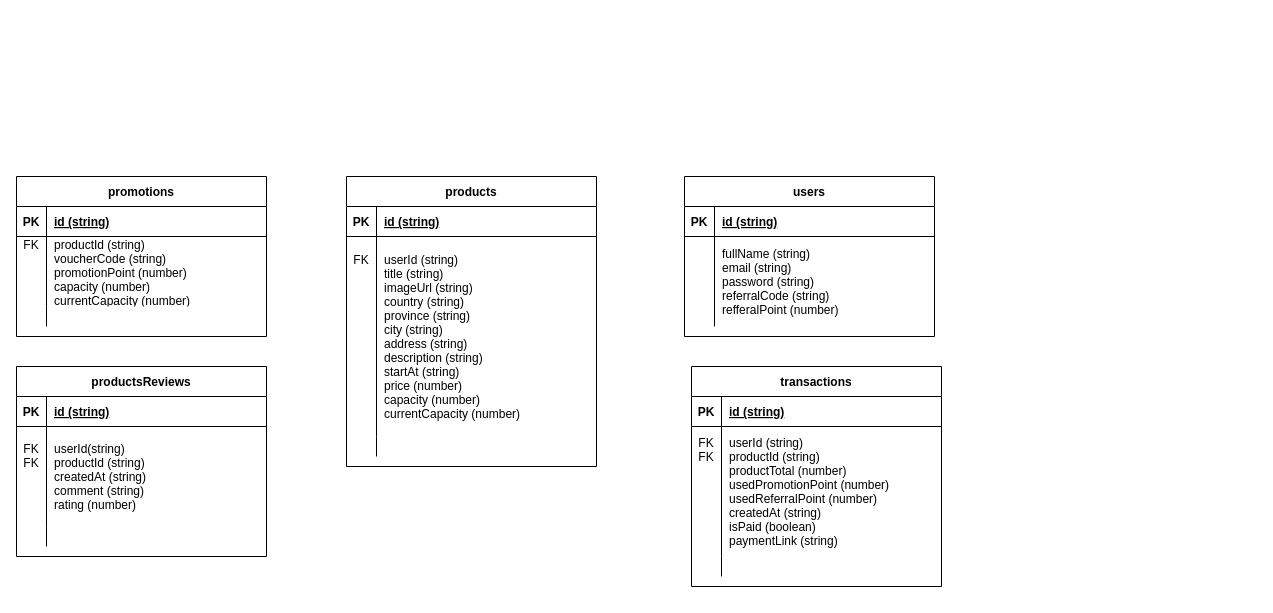
Before: src/utils/erd.drawio in panjiarlins/events-tickets-marketplace, a draw.io diagram. Source tidied: cells renumbered, new cells numbered last; positions are measured from the earlier drawing's top-left corner, leaving out a move shared by most shapes. Both pictures are drawn from the tidied source at 100%, with x=0, y=0 at pixel (16, 176).
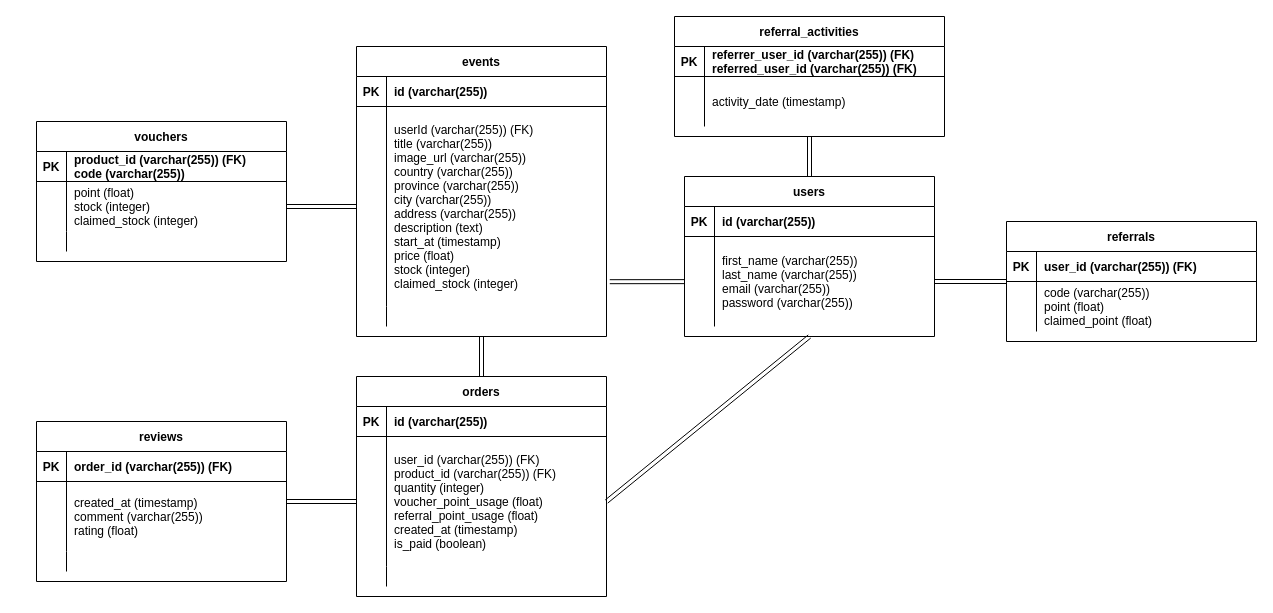
The same page after the edit.

Unchanged cells that the change refers to:
```xml
<mxCell id="3" style="shape=partialRectangle;fillColor=none;top=0;left=0;right=0;bottom=1;" parent="2" vertex="1">
  <mxGeometry y="30" width="250" height="30" as="geometry" />
</mxCell>
<mxCell id="6" style="shape=partialRectangle;fillColor=none;points=[[0,0.5],[1,0.5]];portConstraint=eastwest;top=0;left=0;right=0;bottom=0;" parent="2" vertex="1">
  <mxGeometry y="60" width="250" height="130" as="geometry" />
</mxCell>
<mxCell id="13" style="shape=partialRectangle;fillColor=none;top=0;left=0;right=0;bottom=1;" parent="12" vertex="1">
  <mxGeometry y="30" width="250" height="30" as="geometry" />
</mxCell>
<mxCell id="16" style="shape=partialRectangle;fillColor=none;points=[[0,0.5],[1,0.5]];portConstraint=eastwest;top=0;left=0;right=0;bottom=0;" parent="12" vertex="1">
  <mxGeometry y="60" width="250" height="200" as="geometry" />
</mxCell>
<mxCell id="22" value="users" style="shape=table;startSize=30;childLayout=tableLayout;rowLines=0;fontStyle=1;align=center;" parent="1" vertex="1">
  <mxGeometry x="668" width="250" height="160" as="geometry" />
</mxCell>
<mxCell id="23" style="shape=partialRectangle;fillColor=none;top=0;left=0;right=0;bottom=1;" parent="22" vertex="1">
  <mxGeometry y="30" width="250" height="30" as="geometry" />
</mxCell>
<mxCell id="26" style="shape=partialRectangle;fillColor=none;points=[[0,0.5],[1,0.5]];portConstraint=eastwest;top=0;left=0;right=0;bottom=0;" parent="22" vertex="1">
  <mxGeometry y="60" width="250" height="90" as="geometry" />
</mxCell>
<mxCell id="40" style="shape=partialRectangle;fillColor=none;top=0;left=0;right=0;bottom=1;" parent="39" vertex="1">
  <mxGeometry y="30" width="250" height="30" as="geometry" />
</mxCell>
```

What changed in the source:
```diff
@@
+    <mxCell id="49" style="edgeStyle=none;shape=link;html=1;entryX=0.5;entryY=1;entryDx=0;entryDy=0;" parent="1" edge="1" source="2" target="12">
+      <mxGeometry relative="1" as="geometry" />
+    </mxCell>
-    <mxCell id="2" value="transactions" style="shape=table;startSize=30;childLayout=tableLayout;rowLines=0;fontStyle=1;align=center;" parent="1" vertex="1">
-      <mxGeometry x="675" y="190" width="250" height="220" as="geometry" />
+    <mxCell id="2" value="orders" style="shape=table;startSize=30;childLayout=tableLayout;rowLines=0;fontStyle=1;align=center;" parent="1" vertex="1">
+      <mxGeometry x="340" y="200" width="250" height="220" as="geometry" />
     </mxCell>
@@
-    <mxCell id="5" value="id (string)" style="shape=partialRectangle;overflow=hidden;fillColor=none;top=0;left=0;bottom=0;right=0;align=left;spacingLeft=6;fontStyle=5;" parent="3" vertex="1">
+    <mxCell id="5" value="id (varchar(255))" style="shape=partialRectangle;overflow=hidden;fillColor=none;top=0;left=0;bottom=0;right=0;align=left;spacingLeft=6;fontStyle=1;" parent="3" vertex="1">
       <mxGeometry x="30" width="220" height="30" as="geometry" />
     </mxCell>
@@
-    <mxCell id="7" value="FK&#10;FK&#10;&#10;&#10;&#10;&#10;&#10;" style="shape=partialRectangle;overflow=hidden;fillColor=none;top=0;left=0;bottom=0;right=0;" parent="6" vertex="1">
+    <mxCell id="7" style="shape=partialRectangle;overflow=hidden;fillColor=none;top=0;left=0;bottom=0;right=0;" parent="6" vertex="1">
       <mxGeometry width="30" height="130" as="geometry" />
     </mxCell>
-    <mxCell id="8" value="userId (string)&#10;productId (string)&#10;productTotal (number)&#10;usedPromotionPoint (number)&#10;usedReferralPoint (number)&#10;createdAt (string)&#10;isPaid (boolean)&#10;paymentLink (string)" style="shape=partialRectangle;overflow=hidden;fillColor=none;top=0;left=0;bottom=0;right=0;align=left;spacingLeft=6;" parent="6" vertex="1">
+    <mxCell id="8" value="user_id (varchar(255)) (FK)&#10;product_id (varchar(255)) (FK)&#10;quantity (integer)&#10;voucher_point_usage (float)&#10;referral_point_usage (float)&#10;created_at (timestamp)&#10;is_paid (boolean)" style="shape=partialRectangle;overflow=hidden;fillColor=none;top=0;left=0;bottom=0;right=0;align=left;spacingLeft=6;" parent="6" vertex="1">
       <mxGeometry x="30" width="220" height="130" as="geometry" />
     </mxCell>
@@
-    <mxCell id="12" value="products" style="shape=table;startSize=30;childLayout=tableLayout;rowLines=0;fontStyle=1;align=center;" parent="1" vertex="1">
-      <mxGeometry x="330" width="250" height="290" as="geometry" />
+    <mxCell id="12" value="events" style="shape=table;startSize=30;childLayout=tableLayout;rowLines=0;fontStyle=1;align=center;" parent="1" vertex="1">
+      <mxGeometry x="340" y="-130" width="250" height="290" as="geometry" />
     </mxCell>
@@
-    <mxCell id="15" value="id (string)" style="shape=partialRectangle;overflow=hidden;fillColor=none;top=0;left=0;bottom=0;right=0;align=left;spacingLeft=6;fontStyle=5;" parent="13" vertex="1">
+    <mxCell id="15" value="id (varchar(255))" style="shape=partialRectangle;overflow=hidden;fillColor=none;top=0;left=0;bottom=0;right=0;align=left;spacingLeft=6;fontStyle=1;" parent="13" vertex="1">
       <mxGeometry x="30" width="220" height="30" as="geometry" />
     </mxCell>
@@
-    <mxCell id="17" value="FK&#10;&#10;&#10;&#10;&#10;&#10;&#10;&#10;&#10;&#10;&#10;" style="shape=partialRectangle;overflow=hidden;fillColor=none;top=0;left=0;bottom=0;right=0;" parent="16" vertex="1">
+    <mxCell id="17" style="shape=partialRectangle;overflow=hidden;fillColor=none;top=0;left=0;bottom=0;right=0;" parent="16" vertex="1">
       <mxGeometry width="30" height="200" as="geometry" />
     </mxCell>
-    <mxCell id="18" value="userId (string)&#10;title (string)&#10;imageUrl (string)&#10;country (string)&#10;province (string)&#10;city (string)&#10;address (string)&#10;description (string)&#10;startAt (string)&#10;price (number)&#10;capacity (number)&#10;currentCapacity (number)" style="shape=partialRectangle;overflow=hidden;fillColor=none;top=0;left=0;bottom=0;right=0;align=left;spacingLeft=6;" parent="16" vertex="1">
+    <mxCell id="18" value="userId (varchar(255)) (FK)&#10;title (varchar(255))&#10;image_url (varchar(255))&#10;country (varchar(255))&#10;province (varchar(255))&#10;city (varchar(255))&#10;address (varchar(255))&#10;description (text)&#10;start_at (timestamp)&#10;price (float)&#10;stock (integer)&#10;claimed_stock (integer)" style="shape=partialRectangle;overflow=hidden;fillColor=none;top=0;left=0;bottom=0;right=0;align=left;spacingLeft=6;" parent="16" vertex="1">
       <mxGeometry x="30" width="220" height="200" as="geometry" />
     </mxCell>
@@
+    <mxCell id="50" style="edgeStyle=none;shape=link;html=1;exitX=0.5;exitY=1;exitDx=0;exitDy=0;entryX=1;entryY=0.5;entryDx=0;entryDy=0;" parent="1" edge="1" source="22" target="6">
+      <mxGeometry relative="1" as="geometry" />
+    </mxCell>
@@
-    <mxCell id="25" value="id (string)" style="shape=partialRectangle;overflow=hidden;fillColor=none;top=0;left=0;bottom=0;right=0;align=left;spacingLeft=6;fontStyle=5;" parent="23" vertex="1">
+    <mxCell id="25" value="id (varchar(255))" style="shape=partialRectangle;overflow=hidden;fillColor=none;top=0;left=0;bottom=0;right=0;align=left;spacingLeft=6;fontStyle=1;" parent="23" vertex="1">
       <mxGeometry x="30" width="220" height="30" as="geometry" />
     </mxCell>
@@
-    <mxCell id="28" value="fullName (string)&#10;email (string)&#10;password (string)&#10;referralCode (string)&#10;refferalPoint (number)" style="shape=partialRectangle;overflow=hidden;fillColor=none;top=0;left=0;bottom=0;right=0;align=left;spacingLeft=6;" parent="26" vertex="1">
+    <mxCell id="28" value="first_name (varchar(255))&#10;last_name (varchar(255))&#10;email (varchar(255))&#10;password (varchar(255))" style="shape=partialRectangle;overflow=hidden;fillColor=none;top=0;left=0;bottom=0;right=0;align=left;spacingLeft=6;" parent="26" vertex="1">
       <mxGeometry x="30" width="220" height="90" as="geometry" />
     </mxCell>
-    <mxCell id="29" value="promotions" style="shape=table;startSize=30;childLayout=tableLayout;rowLines=0;fontStyle=1;align=center;" parent="1" vertex="1">
-      <mxGeometry width="250" height="160" as="geometry" />
-    </mxCell>
-    <mxCell id="30" style="shape=partialRectangle;fillColor=none;top=0;left=0;right=0;bottom=1;" parent="29" vertex="1">
-      <mxGeometry y="30" width="250" height="30" as="geometry" />
-    </mxCell>
-    <mxCell id="31" value="PK" style="shape=partialRectangle;overflow=hidden;fillColor=none;top=0;left=0;bottom=0;right=0;fontStyle=1;" parent="30" vertex="1">
-      <mxGeometry width="30" height="30" as="geometry" />
-    </mxCell>
-    <mxCell id="32" value="id (string)" style="shape=partialRectangle;overflow=hidden;fillColor=none;top=0;left=0;bottom=0;right=0;align=left;spacingLeft=6;fontStyle=5;" parent="30" vertex="1">
-      <mxGeometry x="30" width="220" height="30" as="geometry" />
-    </mxCell>
-    <mxCell id="33" style="shape=partialRectangle;fillColor=none;top=0;left=0;right=0;bottom=0;" parent="29" vertex="1">
-      <mxGeometry y="60" width="250" height="70" as="geometry" />
-    </mxCell>
-    <mxCell id="34" value="FK&#10;&#10;&#10;&#10;" style="shape=partialRectangle;overflow=hidden;fillColor=none;top=0;left=0;bottom=0;right=0;" parent="33" vertex="1">
-      <mxGeometry width="30" height="70" as="geometry" />
-    </mxCell>
-    <mxCell id="35" value="productId (string)&#10;voucherCode (string)&#10;promotionPoint (number)&#10;capacity (number)&#10;currentCapacity (number)" style="shape=partialRectangle;overflow=hidden;fillColor=none;top=0;left=0;bottom=0;right=0;align=left;spacingLeft=6;" parent="33" vertex="1">
-      <mxGeometry x="30" width="220" height="70" as="geometry" />
-    </mxCell>
-    <mxCell id="36" style="shape=partialRectangle;fillColor=none;top=0;left=0;right=0;bottom=0;" parent="29" vertex="1">
-      <mxGeometry y="130" width="250" height="20" as="geometry" />
-    </mxCell>
-    <mxCell id="37" style="shape=partialRectangle;overflow=hidden;fillColor=none;top=0;left=0;bottom=0;right=0;" parent="36" vertex="1">
-      <mxGeometry width="30" height="20" as="geometry" />
-    </mxCell>
-    <mxCell id="38" style="shape=partialRectangle;overflow=hidden;fillColor=none;top=0;left=0;bottom=0;right=0;align=left;spacingLeft=6;" parent="36" vertex="1">
-      <mxGeometry x="30" width="220" height="20" as="geometry" />
-    </mxCell>
+    <mxCell id="51" style="edgeStyle=none;shape=link;html=1;entryX=0;entryY=0.5;entryDx=0;entryDy=0;" parent="1" edge="1" source="39" target="6">
+      <mxGeometry relative="1" as="geometry" />
+    </mxCell>
-    <mxCell id="39" value="productsReviews" style="shape=table;startSize=30;childLayout=tableLayout;rowLines=0;fontStyle=1;align=center;" parent="1" vertex="1">
-      <mxGeometry y="190" width="250" height="190" as="geometry" />
+    <mxCell id="39" value="reviews" style="shape=table;startSize=30;childLayout=tableLayout;rowLines=0;fontStyle=1;align=center;" parent="1" vertex="1">
+      <mxGeometry x="20" y="245" width="250" height="160" as="geometry" />
     </mxCell>
@@
-    <mxCell id="42" value="id (string)" style="shape=partialRectangle;overflow=hidden;fillColor=none;top=0;left=0;bottom=0;right=0;align=left;spacingLeft=6;fontStyle=5;" parent="40" vertex="1">
+    <mxCell id="42" value="order_id (varchar(255)) (FK)" style="shape=partialRectangle;overflow=hidden;fillColor=none;top=0;left=0;bottom=0;right=0;align=left;spacingLeft=6;fontStyle=1;" parent="40" vertex="1">
       <mxGeometry x="30" width="220" height="30" as="geometry" />
     </mxCell>
     <mxCell id="43" style="shape=partialRectangle;fillColor=none;top=0;left=0;right=0;bottom=0;" parent="39" vertex="1">
-      <mxGeometry y="60" width="250" height="100" as="geometry" />
+      <mxGeometry y="60" width="250" height="70" as="geometry" />
     </mxCell>
-    <mxCell id="44" value="FK&#10;FK&#10;&#10;&#10;" style="shape=partialRectangle;overflow=hidden;fillColor=none;top=0;left=0;bottom=0;right=0;" parent="43" vertex="1">
-      <mxGeometry width="30" height="100" as="geometry" />
+    <mxCell id="44" style="shape=partialRectangle;overflow=hidden;fillColor=none;top=0;left=0;bottom=0;right=0;" parent="43" vertex="1">
+      <mxGeometry width="30" height="70" as="geometry" />
     </mxCell>
-    <mxCell id="45" value="userId(string)&#10;productId (string)&#10;createdAt (string)&#10;comment (string)&#10;rating (number)" style="shape=partialRectangle;overflow=hidden;fillColor=none;top=0;left=0;bottom=0;right=0;align=left;spacingLeft=6;" parent="43" vertex="1">
-      <mxGeometry x="30" width="220" height="100" as="geometry" />
+    <mxCell id="45" value="created_at (timestamp)&#10;comment (varchar(255))&#10;rating (float)" style="shape=partialRectangle;overflow=hidden;fillColor=none;top=0;left=0;bottom=0;right=0;align=left;spacingLeft=6;" parent="43" vertex="1">
+      <mxGeometry x="30" width="220" height="70" as="geometry" />
     </mxCell>
     <mxCell id="46" style="shape=partialRectangle;fillColor=none;top=0;left=0;right=0;bottom=0;" parent="39" vertex="1">
-      <mxGeometry y="160" width="250" height="20" as="geometry" />
+      <mxGeometry y="130" width="250" height="20" as="geometry" />
     </mxCell>
@@
+    <mxCell id="52" value="vouchers" style="shape=table;startSize=30;childLayout=tableLayout;rowLines=0;fontStyle=1;align=center;" parent="1" vertex="1">
+      <mxGeometry x="20" y="-55" width="250" height="140" as="geometry" />
+    </mxCell>
+    <mxCell id="53" style="shape=partialRectangle;fillColor=none;top=0;left=0;right=0;bottom=1;" parent="52" vertex="1">
+      <mxGeometry y="30" width="250" height="30" as="geometry" />
+    </mxCell>
+    <mxCell id="54" value="PK" style="shape=partialRectangle;overflow=hidden;fillColor=none;top=0;left=0;bottom=0;right=0;fontStyle=1;" parent="53" vertex="1">
+      <mxGeometry width="30" height="30" as="geometry" />
+    </mxCell>
+    <mxCell id="55" value="product_id (varchar(255)) (FK)&#10;code (varchar(255))" style="shape=partialRectangle;overflow=hidden;fillColor=none;top=0;left=0;bottom=0;right=0;align=left;spacingLeft=6;fontStyle=1;" parent="53" vertex="1">
+      <mxGeometry x="30" width="220" height="30" as="geometry" />
+    </mxCell>
+    <mxCell id="56" style="shape=partialRectangle;fillColor=none;points=[[0,0.5],[1,0.5]];portConstraint=eastwest;top=0;left=0;right=0;bottom=0;" parent="52" vertex="1">
+      <mxGeometry y="60" width="250" height="50" as="geometry" />
+    </mxCell>
+    <mxCell id="57" style="shape=partialRectangle;overflow=hidden;fillColor=none;top=0;left=0;bottom=0;right=0;" parent="56" vertex="1">
+      <mxGeometry width="30" height="50" as="geometry" />
+    </mxCell>
+    <mxCell id="58" value="point (float)&#10;stock (integer)&#10;claimed_stock (integer)" style="shape=partialRectangle;overflow=hidden;fillColor=none;top=0;left=0;bottom=0;right=0;align=left;spacingLeft=6;" parent="56" vertex="1">
+      <mxGeometry x="30" width="220" height="50" as="geometry" />
+    </mxCell>
+    <mxCell id="59" style="shape=partialRectangle;fillColor=none;top=0;left=0;right=0;bottom=0;" parent="52" vertex="1">
+      <mxGeometry y="110" width="250" height="20" as="geometry" />
+    </mxCell>
+    <mxCell id="37" style="shape=partialRectangle;overflow=hidden;fillColor=none;top=0;left=0;bottom=0;right=0;" parent="59" vertex="1">
+      <mxGeometry width="30" height="20" as="geometry" />
+    </mxCell>
+    <mxCell id="38" style="shape=partialRectangle;overflow=hidden;fillColor=none;top=0;left=0;bottom=0;right=0;align=left;spacingLeft=6;" parent="59" vertex="1">
+      <mxGeometry x="30" width="220" height="20" as="geometry" />
+    </mxCell>
+    <mxCell id="60" style="edgeStyle=none;shape=link;html=1;entryX=1;entryY=0.5;entryDx=0;entryDy=0;" parent="1" edge="1" source="61" target="26">
+      <mxGeometry relative="1" as="geometry" />
+    </mxCell>
+    <mxCell id="61" value="referrals" style="shape=table;startSize=30;childLayout=tableLayout;rowLines=0;fontStyle=1;align=center;" parent="1" vertex="1">
+      <mxGeometry x="990" y="45" width="250" height="120" as="geometry" />
+    </mxCell>
+    <mxCell id="62" style="shape=partialRectangle;fillColor=none;top=0;left=0;right=0;bottom=1;" parent="61" vertex="1">
+      <mxGeometry y="30" width="250" height="30" as="geometry" />
+    </mxCell>
+    <mxCell id="63" value="PK" style="shape=partialRectangle;overflow=hidden;fillColor=none;top=0;left=0;bottom=0;right=0;fontStyle=1;" parent="62" vertex="1">
+      <mxGeometry width="30" height="30" as="geometry" />
+    </mxCell>
+    <mxCell id="64" value="user_id (varchar(255)) (FK)" style="shape=partialRectangle;overflow=hidden;fillColor=none;top=0;left=0;bottom=0;right=0;align=left;spacingLeft=6;fontStyle=1;" parent="62" vertex="1">
+      <mxGeometry x="30" width="220" height="30" as="geometry" />
+    </mxCell>
+    <mxCell id="65" style="shape=partialRectangle;fillColor=none;top=0;left=0;right=0;bottom=0;" parent="61" vertex="1">
+      <mxGeometry y="60" width="250" height="50" as="geometry" />
+    </mxCell>
+    <mxCell id="66" style="shape=partialRectangle;overflow=hidden;fillColor=none;top=0;left=0;bottom=0;right=0;" parent="65" vertex="1">
+      <mxGeometry width="30" height="50" as="geometry" />
+    </mxCell>
+    <mxCell id="67" value="code (varchar(255))&#10;point (float)&#10;claimed_point (float)" style="shape=partialRectangle;overflow=hidden;fillColor=none;top=0;left=0;bottom=0;right=0;align=left;spacingLeft=6;" parent="65" vertex="1">
+      <mxGeometry x="30" width="220" height="50" as="geometry" />
+    </mxCell>
+    <mxCell id="68" style="html=1;exitX=0.5;exitY=1;exitDx=0;exitDy=0;entryX=0.5;entryY=0;entryDx=0;entryDy=0;shape=link;" parent="1" edge="1" source="69" target="22">
+      <mxGeometry relative="1" as="geometry" />
+    </mxCell>
+    <mxCell id="69" value="referral_activities" style="shape=table;startSize=30;childLayout=tableLayout;rowLines=0;fontStyle=1;align=center;" parent="1" vertex="1">
+      <mxGeometry x="658" y="-160" width="270" height="120" as="geometry" />
+    </mxCell>
+    <mxCell id="70" style="shape=partialRectangle;fillColor=none;top=0;left=0;right=0;bottom=1;" parent="69" vertex="1">
+      <mxGeometry y="30" width="270" height="30" as="geometry" />
+    </mxCell>
+    <mxCell id="71" value="PK" style="shape=partialRectangle;overflow=hidden;fillColor=none;top=0;left=0;bottom=0;right=0;fontStyle=1;" parent="70" vertex="1">
+      <mxGeometry width="30" height="30" as="geometry" />
+    </mxCell>
+    <mxCell id="72" value="referrer_user_id (varchar(255)) (FK)&#10;referred_user_id (varchar(255)) (FK)" style="shape=partialRectangle;overflow=hidden;fillColor=none;top=0;left=0;bottom=0;right=0;align=left;spacingLeft=6;fontStyle=1;" parent="70" vertex="1">
+      <mxGeometry x="30" width="240" height="30" as="geometry" />
+    </mxCell>
+    <mxCell id="73" style="shape=partialRectangle;fillColor=none;top=0;left=0;right=0;bottom=0;" parent="69" vertex="1">
+      <mxGeometry y="60" width="270" height="50" as="geometry" />
+    </mxCell>
+    <mxCell id="74" style="shape=partialRectangle;overflow=hidden;fillColor=none;top=0;left=0;bottom=0;right=0;" parent="73" vertex="1">
+      <mxGeometry width="30" height="50" as="geometry" />
+    </mxCell>
+    <mxCell id="75" value="activity_date (timestamp)" style="shape=partialRectangle;overflow=hidden;fillColor=none;top=0;left=0;bottom=0;right=0;align=left;spacingLeft=6;" parent="73" vertex="1">
+      <mxGeometry x="30" width="240" height="50" as="geometry" />
+    </mxCell>
+    <mxCell id="76" style="edgeStyle=none;shape=link;html=1;entryX=1.013;entryY=0.876;entryDx=0;entryDy=0;entryPerimeter=0;" parent="1" edge="1" source="26" target="16">
+      <mxGeometry relative="1" as="geometry" />
+    </mxCell>
+    <mxCell id="77" style="edgeStyle=none;shape=link;html=1;entryX=0;entryY=0.5;entryDx=0;entryDy=0;" parent="1" edge="1" source="56" target="16">
+      <mxGeometry relative="1" as="geometry" />
+    </mxCell>
```
